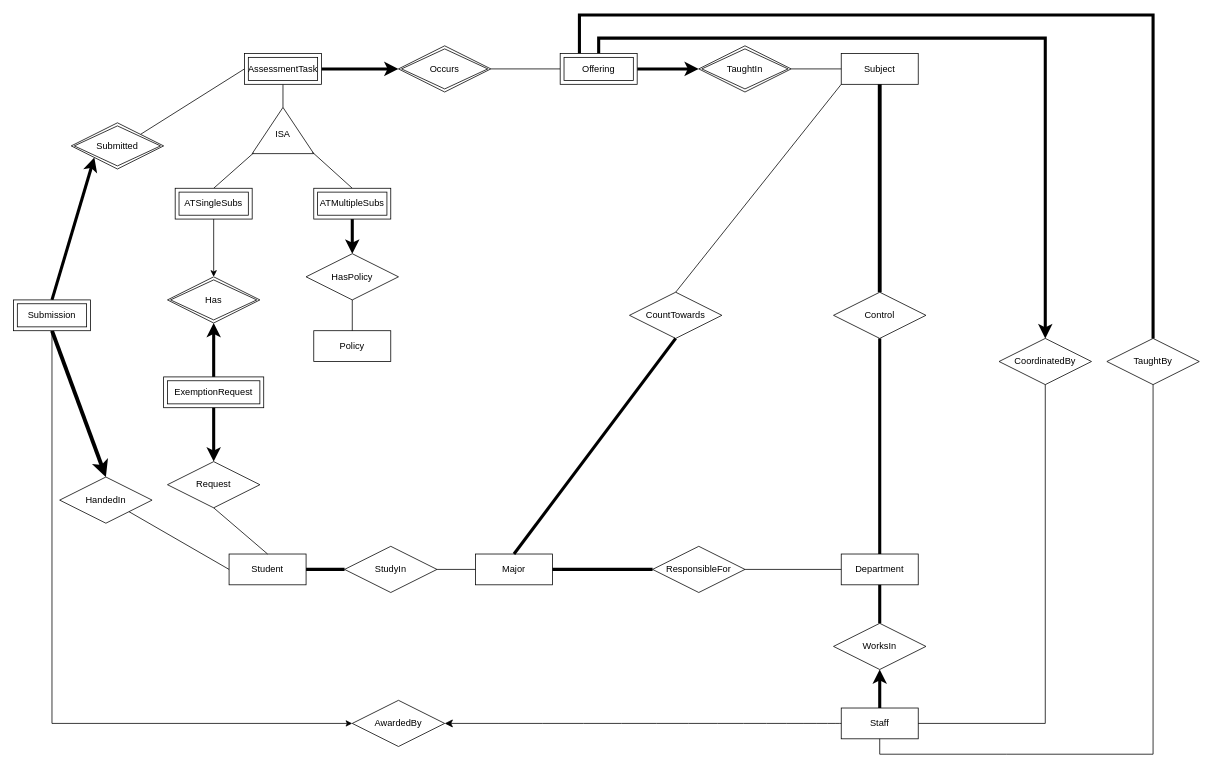
The draw.io diagram isys2120a2.drawio in NguyenChHieu/graphs, before the edit. Source tidied: cells renumbered, new cells numbered last; positions are measured from the earlier drawing's top-left corner, leaving out a move shared by most shapes. Both pictures are drawn from the tidied source at 77%, with x=0, y=0 at pixel (13, 15).
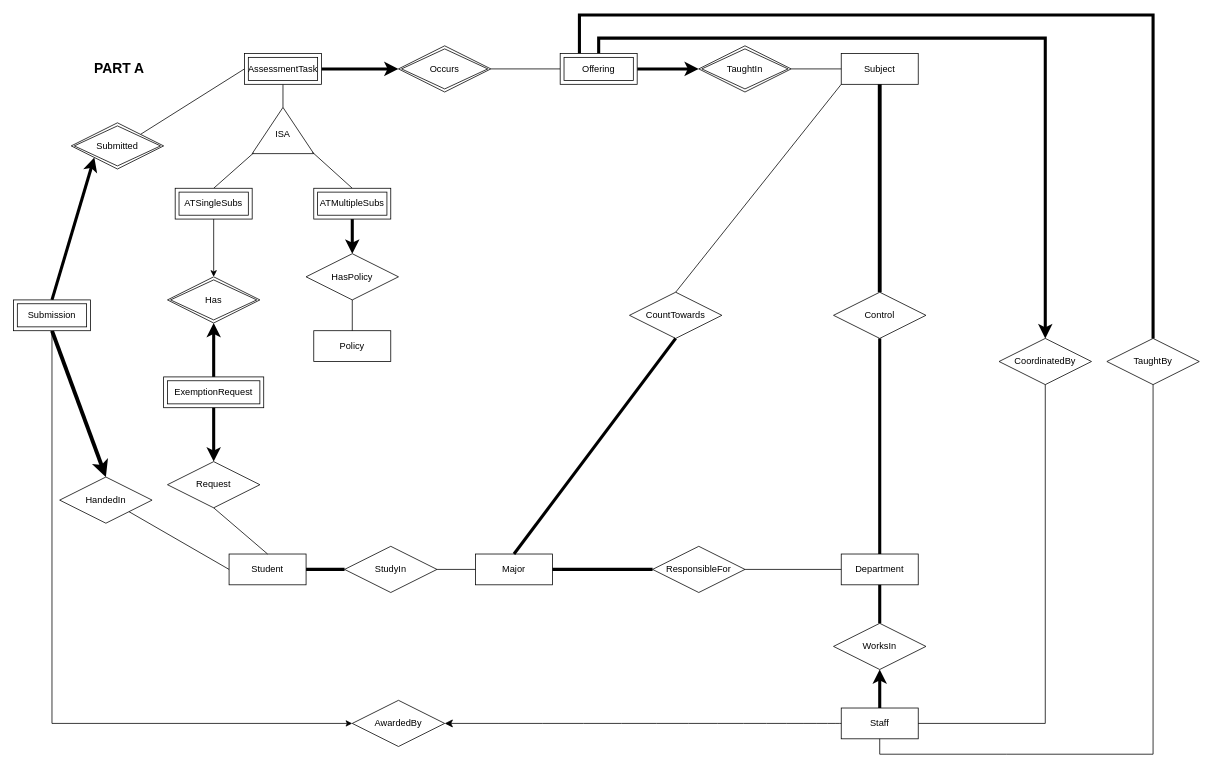
The same diagram, later.

Diff of the diagram source:
```diff
@@
+    <mxCell id="64" value="&lt;font style=&quot;font-size: 18px;&quot;&gt;&lt;b&gt;PART A&lt;/b&gt;&lt;/font&gt;" style="text;html=1;align=center;verticalAlign=middle;whiteSpace=wrap;rounded=0;" parent="1" vertex="1">
+      <mxGeometry x="75" y="40" width="125" height="60" as="geometry" />
+    </mxCell>
```
